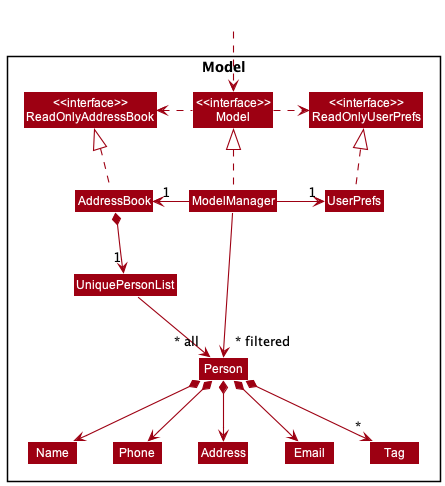
This is docs/images/ModelClassDiagram.png from nus-cs2103-AY2223S1/tp, a PlantUML export, as it was before one commit. Source of this version:
```plantuml
@startuml
!include style.puml
skinparam arrowThickness 1.1
skinparam arrowColor MODEL_COLOR
skinparam classBackgroundColor MODEL_COLOR

Package Model <<Rectangle>>{
Class "<<interface>>\nReadOnlyAddressBook" as ReadOnlyAddressBook
Class "<<interface>>\nReadOnlyUserPrefs" as ReadOnlyUserPrefs
Class "<<interface>>\nModel" as Model
Class AddressBook
Class ModelManager
Class UserPrefs

Class UniquePersonList
Class Person
Class Address
Class Email
Class Name
Class Phone
Class Tag

}

Class HiddenOutside #FFFFFF
HiddenOutside ..> Model

AddressBook .up.|> ReadOnlyAddressBook

ModelManager .up.|> Model
Model .right.> ReadOnlyUserPrefs
Model .left.> ReadOnlyAddressBook
ModelManager -left-> "1" AddressBook
ModelManager -right-> "1" UserPrefs
UserPrefs .up.|> ReadOnlyUserPrefs

AddressBook *--> "1" UniquePersonList
UniquePersonList --> "~* all" Person
Person *--> Name
Person *--> Phone
Person *--> Email
Person *--> Address
Person *--> "*" Tag

Name -[hidden]right-> Phone
Phone -[hidden]right-> Address
Address -[hidden]right-> Email

ModelManager -->"~* filtered" Person
@enduml
```
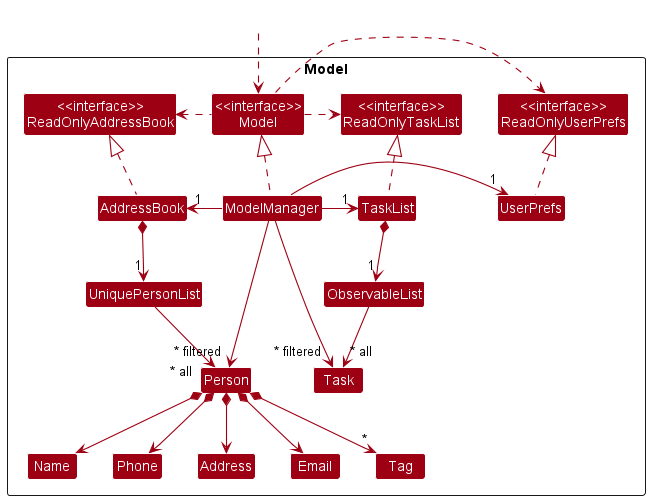
After the commit.

Commit message:
Update Developer Guide to reflect Task-related Components

The edit, as a diff of the source:
```diff
@@ -6,14 +6,18 @@
 
 Package Model <<Rectangle>>{
 Class "<<interface>>\nReadOnlyAddressBook" as ReadOnlyAddressBook
+Class "<<interface>>\nReadOnlyTaskList" as ReadOnlyTaskList
 Class "<<interface>>\nReadOnlyUserPrefs" as ReadOnlyUserPrefs
 Class "<<interface>>\nModel" as Model
 Class AddressBook
+Class TaskList
 Class ModelManager
 Class UserPrefs
 
 Class UniquePersonList
+Class ObservableList
 Class Person
+Class Task
 Class Address
 Class Email
 Class Name
@@ -26,12 +30,15 @@
 HiddenOutside ..> Model
 
 AddressBook .up.|> ReadOnlyAddressBook
+TaskList .up.|> ReadOnlyTaskList
 
 ModelManager .up.|> Model
 Model .right.> ReadOnlyUserPrefs
 Model .left.> ReadOnlyAddressBook
+Model .right.> ReadOnlyTaskList
 ModelManager -left-> "1" AddressBook
 ModelManager -right-> "1" UserPrefs
+ModelManager -right-> "1" TaskList
 UserPrefs .up.|> ReadOnlyUserPrefs
 
 AddressBook *--> "1" UniquePersonList
@@ -42,9 +49,13 @@
 Person *--> Address
 Person *--> "*" Tag
 
+TaskList *--> "1" ObservableList
+ObservableList --> "~* all" Task
+
 Name -[hidden]right-> Phone
 Phone -[hidden]right-> Address
 Address -[hidden]right-> Email
 
 ModelManager -->"~* filtered" Person
+ModelManager -->"~* filtered" Task
 @enduml
```
